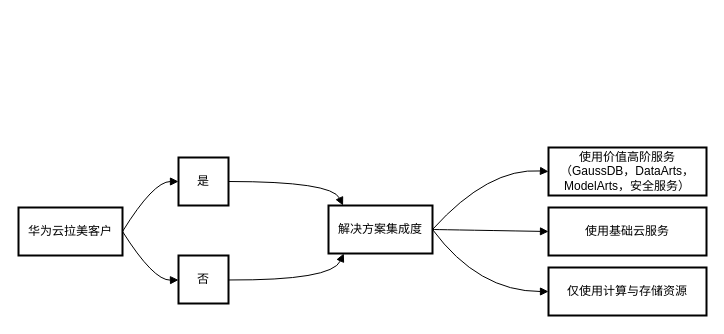
The draw.io diagram ISV Development Rule.drawio in yeal911/draw.io, before the edit. Source tidied: cells renumbered, new cells numbered last; positions are measured from the earlier drawing's top-left corner, leaving out a move shared by most shapes. Both pictures are drawn from the tidied source at 100%, with x=0, y=0 at pixel (18, 147).
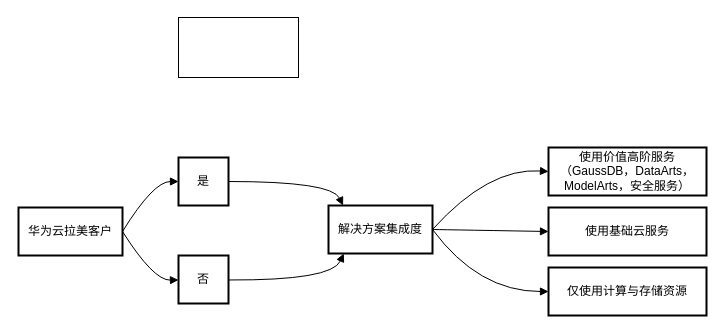
After the change.

What changed in the source:
```diff
@@
+    <mxCell id="16" style="rounded=0;whiteSpace=wrap;html=1;" parent="1" vertex="1">
+      <mxGeometry x="160" y="-130" width="120" height="60" as="geometry" />
+    </mxCell>
```
